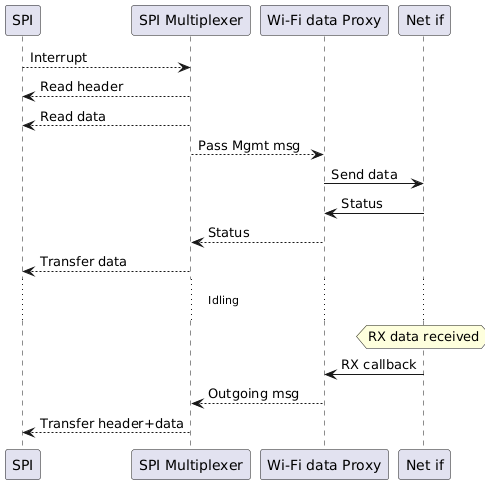
Earlier version of the PlantUML export docs/data_flow.png (mjaakkol/embedded80211_serial). Its diagram source:
```plantuml
@startuml
participant SPI
participant SPIM as "SPI Multiplexer"
participant Proxy as "Wi-Fi data Proxy"
participant WiFiM as "Net if"
SPI --> SPIM: Interrupt
SPI <-- SPIM: Read header
SPI <-- SPIM: Read data
SPIM --> Proxy: Pass Mgmt msg
Proxy -> WiFiM: Send data
Proxy <- WiFiM: Status
Proxy --> SPIM: Status
SPIM --> SPI: Transfer data
... Idling ...
hnote over WiFiM: RX data received
WiFiM -> Proxy: RX callback
Proxy --> SPIM: Outgoing msg
SPIM --> SPI: Transfer header+data
@enduml
```
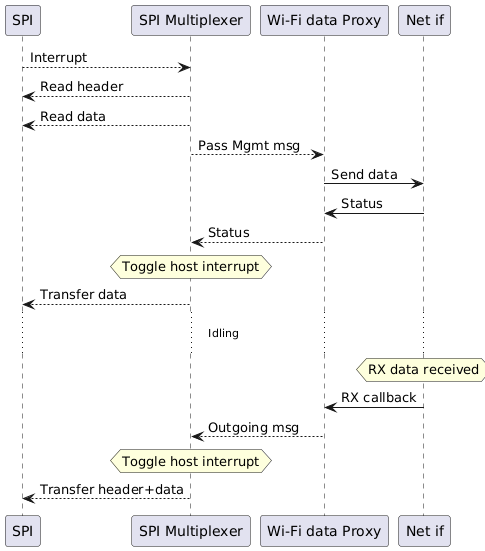
Above is the later version.

Diff of the diagram source:
```diff
@@ -10,10 +10,12 @@
 Proxy -> WiFiM: Send data
 Proxy <- WiFiM: Status
 Proxy --> SPIM: Status
+hnote over SPIM: Toggle host interrupt
 SPIM --> SPI: Transfer data
 ... Idling ...
 hnote over WiFiM: RX data received
 WiFiM -> Proxy: RX callback
 Proxy --> SPIM: Outgoing msg
+hnote over SPIM: Toggle host interrupt
 SPIM --> SPI: Transfer header+data
 @enduml
```
